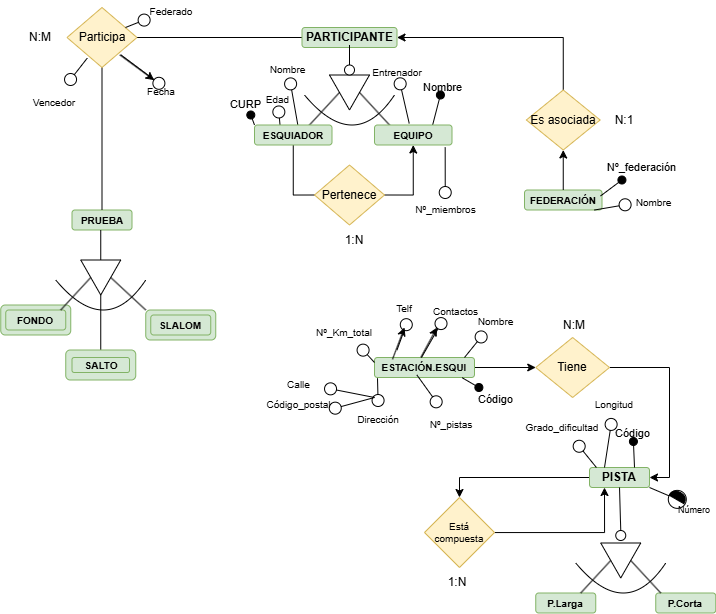
Samue45/1-DAM keeps this draw.io diagram as Data Base/OlimpiadasDeInvierno.drawio.png. Above is the earlier version. Source tidied: cells renumbered, new cells last; positions are measured from the earlier drawing's top-left corner, leaving out a move shared by most shapes.
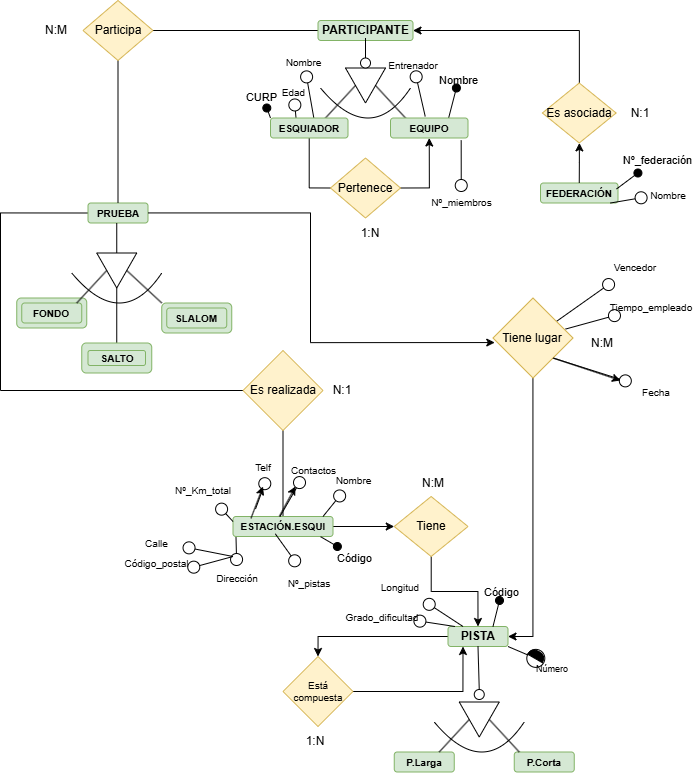
The same diagram one commit later.

What changed in the source:
```diff
@@ -14,17 +14,20 @@
     <mxCell id="5" style="edgeStyle=orthogonalEdgeStyle;rounded=0;jettySize=auto;html=1;entryX=0;entryY=0.5;entryDx=0;entryDy=0;" parent="1" edge="1" source="6" target="73">
       <mxGeometry relative="1" as="geometry" />
     </mxCell>
+    <mxCell id="108" style="edgeStyle=orthogonalEdgeStyle;rounded=0;jettySize=auto;html=1;entryX=0.5;entryY=1;entryDx=0;entryDy=0;endArrow=none;endFill=0;" parent="1" edge="1" source="6" target="110">
+      <mxGeometry relative="1" as="geometry" />
+    </mxCell>
     <mxCell id="6" value="&lt;b&gt;ESTACIÓN.ESQUI&lt;/b&gt;" style="rounded=1;whiteSpace=wrap;html=1;fillColor=#d5e8d4;strokeColor=#82b366;fontSize=10;" parent="1" vertex="1">
-      <mxGeometry x="374" y="356" width="100" height="20" as="geometry" />
+      <mxGeometry x="216.5" y="522" width="100" height="20" as="geometry" />
     </mxCell>
     <mxCell id="7" style="edgeStyle=orthogonalEdgeStyle;rounded=0;jettySize=auto;html=1;startArrow=classic;startFill=1;endArrow=none;endFill=0;exitX=1;exitY=0.5;exitDx=0;exitDy=0;" parent="1" edge="1" source="55" target="46">
       <mxGeometry relative="1" as="geometry" />
     </mxCell>
     <mxCell id="8" value="&lt;b&gt;P.Larga&lt;/b&gt;" style="rounded=1;whiteSpace=wrap;html=1;fillColor=#d5e8d4;strokeColor=#82b366;fontSize=10;" parent="1" vertex="1">
-      <mxGeometry x="535.2" y="591.5" width="60" height="20" as="geometry" />
+      <mxGeometry x="377.8" y="757.5" width="60" height="20" as="geometry" />
     </mxCell>
     <mxCell id="9" value="&lt;b&gt;P.Corta&lt;/b&gt;" style="rounded=1;whiteSpace=wrap;html=1;fillColor=#d5e8d4;strokeColor=#82b366;fontSize=10;" parent="1" vertex="1">
-      <mxGeometry x="655.2" y="591.5" width="60" height="20" as="geometry" />
+      <mxGeometry x="497.8" y="757.5" width="60" height="20" as="geometry" />
     </mxCell>
     <mxCell id="10" value="&lt;b&gt;FONDO&lt;/b&gt;" style="rounded=1;whiteSpace=wrap;html=1;fillColor=#d5e8d4;strokeColor=#82b366;fontSize=10;" parent="1" vertex="1">
       <mxGeometry x="5.2" y="308.5" width="60" height="20" as="geometry" />
@@ -40,6 +43,15 @@
         <mxPoint x="60.2" y="308.5" as="sourcePoint" />
       </mxGeometry>
     </mxCell>
+    <mxCell id="109" style="edgeStyle=orthogonalEdgeStyle;rounded=0;jettySize=auto;html=1;entryX=0;entryY=0.5;entryDx=0;entryDy=0;endArrow=none;endFill=0;exitX=0;exitY=0.5;exitDx=0;exitDy=0;" parent="1" edge="1" source="14" target="110">
+      <mxGeometry relative="1" as="geometry">
+        <Array as="points">
+          <mxPoint x="-16" y="218" />
+          <mxPoint x="-16" y="396" />
+          <mxPoint x="227" y="396" />
+        </Array>
+      </mxGeometry>
+    </mxCell>
     <mxCell id="14" value="&lt;b style=&quot;font-size: 10px;&quot;&gt;PRUEBA&lt;/b&gt;" style="rounded=1;whiteSpace=wrap;html=1;fillColor=#d5e8d4;strokeColor=#82b366;" parent="1" vertex="1">
       <mxGeometry x="71.5" y="208.5" width="60" height="20" as="geometry" />
     </mxCell>
@@ -73,39 +85,39 @@
       <mxGeometry x="150.2" y="313.5" width="60" height="20" as="geometry" />
     </mxCell>
     <mxCell id="22" style="triangle;whiteSpace=wrap;html=1;rotation=90;fontSize=11;" parent="1" vertex="1">
-      <mxGeometry x="602.8" y="539" width="35" height="40" as="geometry" />
+      <mxGeometry x="445.2" y="705" width="35" height="40" as="geometry" />
     </mxCell>
     <mxCell id="23" style="ellipse;whiteSpace=wrap;html=1;fontSize=11;" parent="1" vertex="1">
-      <mxGeometry x="615.2" y="529" width="10" height="10" as="geometry" />
+      <mxGeometry x="457.8" y="695" width="10" height="10" as="geometry" />
     </mxCell>
     <mxCell id="24" style="endArrow=none;html=1;rounded=0;fontSize=11;entryX=0.5;entryY=1;entryDx=0;entryDy=0;" parent="1" edge="1" target="22">
       <mxGeometry relative="1" as="geometry">
-        <mxPoint x="580.2" y="591.5" as="sourcePoint" />
+        <mxPoint x="422.8" y="757.5" as="sourcePoint" />
       </mxGeometry>
     </mxCell>
     <mxCell id="25" style="edgeStyle=orthogonalEdgeStyle;rounded=0;jettySize=auto;html=1;entryX=0.5;entryY=0;entryDx=0;entryDy=0;" parent="1" edge="1" source="26" target="106">
       <mxGeometry relative="1" as="geometry" />
     </mxCell>
     <mxCell id="26" value="&lt;b&gt;PISTA&lt;/b&gt;" style="rounded=1;whiteSpace=wrap;html=1;fillColor=#d5e8d4;strokeColor=#82b366;" parent="1" vertex="1">
-      <mxGeometry x="589" y="466" width="60" height="20" as="geometry" />
+      <mxGeometry x="431.5" y="632" width="60" height="20" as="geometry" />
     </mxCell>
     <mxCell id="27" style="endArrow=none;html=1;rounded=0;exitX=0.5;exitY=0;exitDx=0;exitDy=0;" parent="1" edge="1" source="23">
       <mxGeometry relative="1" as="geometry">
-        <mxPoint x="619" y="486" as="targetPoint" />
+        <mxPoint x="461.5" y="652" as="targetPoint" />
       </mxGeometry>
     </mxCell>
     <mxCell id="28" style="endArrow=none;html=1;rounded=0;curved=1;fontSize=10;" parent="1" edge="1">
       <mxGeometry relative="1" as="geometry">
-        <mxPoint x="575.2" y="561.5" as="sourcePoint" />
-        <mxPoint x="665.2" y="561.5" as="targetPoint" />
+        <mxPoint x="417.8" y="727.5" as="sourcePoint" />
+        <mxPoint x="507.8" y="727.5" as="targetPoint" />
         <Array as="points">
-          <mxPoint x="625.2" y="621.5" />
+          <mxPoint x="467.8" y="787.5" />
         </Array>
       </mxGeometry>
     </mxCell>
     <mxCell id="29" style="endArrow=none;html=1;rounded=0;exitX=0.5;exitY=0;exitDx=0;exitDy=0;" parent="1" edge="1" source="22">
       <mxGeometry relative="1" as="geometry">
-        <mxPoint x="660.2" y="591.5" as="targetPoint" />
+        <mxPoint x="502.8" y="757.5" as="targetPoint" />
       </mxGeometry>
     </mxCell>
     <mxCell id="30" style="edgeStyle=orthogonalEdgeStyle;rounded=0;jettySize=auto;html=1;entryX=0.5;entryY=0;entryDx=0;entryDy=0;endArrow=none;endFill=0;" parent="1" edge="1" source="31" target="14">
@@ -230,162 +242,180 @@
     <mxCell id="64" value="1:N" style="text;html=1;align=center;verticalAlign=middle;whiteSpace=wrap;rounded=0;" parent="1" vertex="1">
       <mxGeometry x="324" y="223.5" width="60" height="30" as="geometry" />
     </mxCell>
-    <mxCell id="65" style="endArrow=circle;html=1;rounded=0;fontSize=8;startSize=6;endSize=5;curved=1;endFill=0;exitX=0.769;exitY=0.789;exitDx=0;exitDy=0;exitPerimeter=0;" parent="1" edge="1" source="31">
-      <mxGeometry relative="1" as="geometry">
-        <mxPoint x="164" y="86" as="targetPoint" />
-        <Array as="points">
-          <mxPoint x="164" y="86" />
-        </Array>
-      </mxGeometry>
-    </mxCell>
     <mxCell id="66" value="&lt;span style=&quot;font-size: 10px;&quot;&gt;Fecha&lt;/span&gt;" style="text;html=1;align=center;verticalAlign=middle;whiteSpace=wrap;rounded=0;fontSize=16;" parent="1" vertex="1">
-      <mxGeometry x="136.5" y="80.5" width="47.5" height="15.5" as="geometry" />
+      <mxGeometry x="615.5" y="388.2" width="47.5" height="15.5" as="geometry" />
     </mxCell>
-    <mxCell id="67" style="endArrow=classic;html=1;rounded=0;exitX=0.755;exitY=0.789;exitDx=0;exitDy=0;exitPerimeter=0;entryX=0.362;entryY=-0.12;entryDx=0;entryDy=0;entryPerimeter=0;" parent="1" edge="1" source="31" target="66">
-      <mxGeometry relative="1" as="geometry" />
+    <mxCell id="67" style="endArrow=classic;html=1;rounded=0;exitX=1;exitY=1;exitDx=0;exitDy=0;" parent="1" edge="1" source="113">
+      <mxGeometry relative="1" as="geometry">
+        <mxPoint x="604" y="386" as="targetPoint" />
+      </mxGeometry>
     </mxCell>
-    <mxCell id="68" style="endArrow=circle;html=1;rounded=0;fontSize=8;startSize=6;endSize=5;curved=1;endFill=0;exitX=0.29;exitY=0.843;exitDx=0;exitDy=0;exitPerimeter=0;" parent="1" edge="1" source="31" target="69">
+    <mxCell id="68" style="endArrow=circle;html=1;rounded=0;fontSize=8;startSize=6;endSize=5;curved=1;endFill=0;" parent="1" edge="1" source="113" target="69">
       <mxGeometry relative="1" as="geometry" />
     </mxCell>
     <mxCell id="69" value="&lt;font style=&quot;font-size: 10px;&quot;&gt;Vencedor&lt;/font&gt;" style="text;html=1;align=center;verticalAlign=middle;whiteSpace=wrap;rounded=0;fontSize=16;" parent="1" vertex="1">
-      <mxGeometry x="24" y="83.5" width="60" height="30" as="geometry" />
+      <mxGeometry x="589" y="256" width="60" height="30" as="geometry" />
     </mxCell>
-    <mxCell id="70" style="endArrow=circle;html=1;rounded=0;fontSize=8;startSize=6;endSize=5;curved=1;endFill=0;" parent="1" edge="1" target="71">
-      <mxGeometry relative="1" as="geometry">
-        <mxPoint x="125" y="26" as="sourcePoint" />
-      </mxGeometry>
-    </mxCell>
-    <mxCell id="71" value="&lt;span style=&quot;font-size: 10px;&quot;&gt;Federado&lt;/span&gt;" style="text;html=1;align=center;verticalAlign=middle;whiteSpace=wrap;rounded=0;fontSize=16;" parent="1" vertex="1">
-      <mxGeometry x="136.5" width="67.5" height="16" as="geometry" />
-    </mxCell>
-    <mxCell id="72" style="edgeStyle=orthogonalEdgeStyle;rounded=0;jettySize=auto;html=1;entryX=1;entryY=0.5;entryDx=0;entryDy=0;exitX=1;exitY=0.5;exitDx=0;exitDy=0;" parent="1" edge="1" source="73" target="26">
+    <mxCell id="72" style="edgeStyle=orthogonalEdgeStyle;rounded=0;jettySize=auto;html=1;entryX=0.5;entryY=0;entryDx=0;entryDy=0;" parent="1" edge="1" source="73" target="26">
       <mxGeometry relative="1" as="geometry" />
     </mxCell>
     <mxCell id="73" value="Tiene" style="rhombus;whiteSpace=wrap;html=1;fillColor=#fff2cc;strokeColor=#d6b656;" parent="1" vertex="1">
-      <mxGeometry x="535.2" y="336" width="73.8" height="60" as="geometry" />
+      <mxGeometry x="377.8" y="502" width="73.8" height="60" as="geometry" />
     </mxCell>
     <mxCell id="74" value="N:M" style="text;html=1;align=center;verticalAlign=middle;whiteSpace=wrap;rounded=0;" parent="1" vertex="1">
-      <mxGeometry x="544" y="308.5" width="60" height="30" as="geometry" />
+      <mxGeometry x="386.5" y="474.5" width="60" height="30" as="geometry" />
     </mxCell>
     <mxCell id="75" style="endArrow=oval;html=1;rounded=0;fontSize=12;startSize=8;endSize=8;curved=1;endFill=1;exitX=0.876;exitY=1.01;exitDx=0;exitDy=0;exitPerimeter=0;" parent="1" edge="1" source="6" target="76">
       <mxGeometry relative="1" as="geometry" />
     </mxCell>
     <mxCell id="76" value="&lt;font style=&quot;font-size: 11px;&quot;&gt;Código&lt;/font&gt;" style="text;html=1;align=center;verticalAlign=middle;whiteSpace=wrap;rounded=0;fontSize=16;" parent="1" vertex="1">
-      <mxGeometry x="474" y="386" width="43" height="20" as="geometry" />
+      <mxGeometry x="316.5" y="552" width="43" height="20" as="geometry" />
     </mxCell>
     <mxCell id="77" style="endArrow=circle;html=1;rounded=0;fontSize=8;startSize=6;endSize=5;curved=1;endFill=0;" parent="1" edge="1" target="78">
       <mxGeometry relative="1" as="geometry">
-        <mxPoint x="464" y="356" as="sourcePoint" />
+        <mxPoint x="306.5" y="522" as="sourcePoint" />
       </mxGeometry>
     </mxCell>
     <mxCell id="78" value="&lt;font style=&quot;font-size: 10px;&quot;&gt;Nombre&lt;/font&gt;" style="text;html=1;align=center;verticalAlign=middle;whiteSpace=wrap;rounded=0;fontSize=16;" parent="1" vertex="1">
-      <mxGeometry x="475.5" y="306" width="38.5" height="24" as="geometry" />
+      <mxGeometry x="318" y="472" width="38.5" height="24" as="geometry" />
     </mxCell>
     <mxCell id="79" style="endArrow=circle;html=1;rounded=0;fontSize=8;startSize=6;endSize=5;curved=1;endFill=0;" parent="1" edge="1">
       <mxGeometry relative="1" as="geometry">
-        <mxPoint x="421" y="356" as="sourcePoint" />
-        <mxPoint x="444" y="316" as="targetPoint" />
+        <mxPoint x="263.5" y="522" as="sourcePoint" />
+        <mxPoint x="286.5" y="482" as="targetPoint" />
       </mxGeometry>
     </mxCell>
     <mxCell id="80" style="endArrow=classic;html=1;rounded=0;exitX=0.464;exitY=-0.01;exitDx=0;exitDy=0;exitPerimeter=0;" parent="1" edge="1" source="6">
       <mxGeometry relative="1" as="geometry">
-        <mxPoint x="436.5" y="326" as="targetPoint" />
+        <mxPoint x="279" y="492" as="targetPoint" />
       </mxGeometry>
     </mxCell>
     <mxCell id="81" value="&lt;font style=&quot;font-size: 10px;&quot;&gt;Contactos&lt;/font&gt;" style="text;html=1;align=center;verticalAlign=middle;whiteSpace=wrap;rounded=0;fontSize=16;" parent="1" vertex="1">
-      <mxGeometry x="435.5" y="296" width="38.5" height="24" as="geometry" />
+      <mxGeometry x="278" y="462" width="38.5" height="24" as="geometry" />
     </mxCell>
     <mxCell id="82" style="endArrow=circle;html=1;rounded=0;fontSize=8;startSize=6;endSize=5;curved=1;endFill=0;exitX=0.168;exitY=0.07;exitDx=0;exitDy=0;exitPerimeter=0;" parent="1" edge="1">
       <mxGeometry relative="1" as="geometry">
-        <mxPoint x="396.5" y="348.5" as="sourcePoint" />
-        <mxPoint x="408.2" y="316.6" as="targetPoint" />
+        <mxPoint x="239" y="514.5" as="sourcePoint" />
+        <mxPoint x="250.7" y="482.6" as="targetPoint" />
       </mxGeometry>
     </mxCell>
     <mxCell id="83" value="&lt;font style=&quot;font-size: 10px;&quot;&gt;Telf&lt;/font&gt;" style="text;html=1;align=center;verticalAlign=middle;whiteSpace=wrap;rounded=0;fontSize=16;" parent="1" vertex="1">
-      <mxGeometry x="374" y="290" width="60" height="30" as="geometry" />
+      <mxGeometry x="216.5" y="456" width="60" height="30" as="geometry" />
     </mxCell>
     <mxCell id="84" style="endArrow=classic;html=1;rounded=0;exitX=0.18;exitY=0.09;exitDx=0;exitDy=0;exitPerimeter=0;" parent="1" edge="1" source="6">
       <mxGeometry relative="1" as="geometry">
-        <mxPoint x="404" y="326" as="targetPoint" />
+        <mxPoint x="246.5" y="492" as="targetPoint" />
       </mxGeometry>
     </mxCell>
     <mxCell id="85" style="endArrow=circle;html=1;rounded=0;fontSize=8;startSize=6;endSize=5;curved=1;endFill=0;exitX=0.03;exitY=1.035;exitDx=0;exitDy=0;exitPerimeter=0;" parent="1" edge="1" source="6" target="86">
       <mxGeometry relative="1" as="geometry" />
     </mxCell>
     <mxCell id="86" value="&lt;font style=&quot;font-size: 10px;&quot;&gt;Dirección&lt;/font&gt;" style="text;html=1;align=center;verticalAlign=middle;whiteSpace=wrap;rounded=0;fontSize=16;" parent="1" vertex="1">
-      <mxGeometry x="358" y="406" width="40" height="20" as="geometry" />
+      <mxGeometry x="200.5" y="572" width="40" height="20" as="geometry" />
     </mxCell>
     <mxCell id="87" style="endArrow=circle;html=1;rounded=0;fontSize=8;startSize=6;endSize=5;curved=1;endFill=0;" parent="1" edge="1" target="88">
       <mxGeometry relative="1" as="geometry">
-        <mxPoint x="374" y="396" as="sourcePoint" />
+        <mxPoint x="216.5" y="562" as="sourcePoint" />
       </mxGeometry>
     </mxCell>
     <mxCell id="88" value="&lt;font style=&quot;font-size: 10px;&quot;&gt;Calle&lt;/font&gt;" style="text;html=1;align=center;verticalAlign=middle;whiteSpace=wrap;rounded=0;fontSize=16;" parent="1" vertex="1">
-      <mxGeometry x="271.5" y="376" width="52.5" height="10" as="geometry" />
+      <mxGeometry x="114" y="542" width="52.5" height="10" as="geometry" />
     </mxCell>
     <mxCell id="89" style="endArrow=circle;html=1;rounded=0;fontSize=8;startSize=6;endSize=5;curved=1;endFill=0;" parent="1" edge="1">
       <mxGeometry relative="1" as="geometry">
-        <mxPoint x="374" y="396" as="sourcePoint" />
-        <mxPoint x="328" y="408.5" as="targetPoint" />
+        <mxPoint x="216.5" y="562" as="sourcePoint" />
+        <mxPoint x="170.5" y="574.5" as="targetPoint" />
       </mxGeometry>
     </mxCell>
     <mxCell id="90" value="&lt;span style=&quot;font-size: 10px;&quot;&gt;Código_postal&lt;/span&gt;" style="text;html=1;align=center;verticalAlign=middle;whiteSpace=wrap;rounded=0;fontSize=16;" parent="1" vertex="1">
-      <mxGeometry x="271.5" y="396" width="52.5" height="10" as="geometry" />
+      <mxGeometry x="114" y="562" width="52.5" height="10" as="geometry" />
     </mxCell>
     <mxCell id="91" style="endArrow=circle;html=1;rounded=0;fontSize=8;startSize=6;endSize=5;curved=1;endFill=0;exitX=0;exitY=0.25;exitDx=0;exitDy=0;" parent="1" edge="1" source="6" target="92">
       <mxGeometry relative="1" as="geometry" />
     </mxCell>
     <mxCell id="92" value="&lt;font style=&quot;font-size: 10px;&quot;&gt;Nº_Km_total&lt;/font&gt;" style="text;html=1;align=center;verticalAlign=middle;whiteSpace=wrap;rounded=0;fontSize=16;" parent="1" vertex="1">
-      <mxGeometry x="314" y="313.5" width="60" height="30" as="geometry" />
+      <mxGeometry x="156.5" y="479.5" width="60" height="30" as="geometry" />
     </mxCell>
     <mxCell id="93" style="endArrow=circle;html=1;rounded=0;fontSize=8;startSize=6;endSize=5;curved=1;endFill=0;exitX=0.423;exitY=0.867;exitDx=0;exitDy=0;exitPerimeter=0;" parent="1" edge="1" source="6" target="94">
       <mxGeometry relative="1" as="geometry" />
     </mxCell>
     <mxCell id="94" value="&lt;span style=&quot;font-size: 10px;&quot;&gt;Nº_pistas&lt;/span&gt;" style="text;html=1;align=center;verticalAlign=middle;whiteSpace=wrap;rounded=0;fontSize=16;" parent="1" vertex="1">
-      <mxGeometry x="420.5" y="406" width="60" height="30" as="geometry" />
+      <mxGeometry x="263" y="572" width="60" height="30" as="geometry" />
     </mxCell>
     <mxCell id="95" style="endArrow=oval;html=1;rounded=0;fontSize=12;startSize=8;endSize=8;curved=1;endFill=1;exitX=0.75;exitY=0;exitDx=0;exitDy=0;" parent="1" edge="1" source="26" target="96">
       <mxGeometry relative="1" as="geometry" />
     </mxCell>
     <mxCell id="96" value="&lt;font style=&quot;font-size: 11px;&quot;&gt;Código&lt;/font&gt;" style="text;html=1;align=center;verticalAlign=middle;whiteSpace=wrap;rounded=0;fontSize=16;" parent="1" vertex="1">
-      <mxGeometry x="611" y="420" width="43" height="20" as="geometry" />
+      <mxGeometry x="464" y="586" width="43" height="20" as="geometry" />
     </mxCell>
     <mxCell id="97" style="endArrow=circle;html=1;rounded=0;fontSize=12;startSize=8;endSize=8;curved=1;endFill=0;exitX=1;exitY=1;exitDx=0;exitDy=0;" parent="1" edge="1" source="100" target="98">
       <mxGeometry relative="1" as="geometry" />
     </mxCell>
     <mxCell id="98" value="&lt;font style=&quot;font-size: 9px;&quot;&gt;Número&lt;/font&gt;" style="text;html=1;align=center;verticalAlign=middle;whiteSpace=wrap;rounded=0;fontSize=16;" parent="1" vertex="1">
-      <mxGeometry x="674" y="496" width="40" height="20" as="geometry" />
+      <mxGeometry x="516.5" y="662" width="40" height="20" as="geometry" />
     </mxCell>
     <mxCell id="99" style="endArrow=circle;html=1;rounded=0;fontSize=12;startSize=8;endSize=8;curved=1;endFill=0;exitX=1;exitY=1;exitDx=0;exitDy=0;" parent="1" edge="1" source="26">
       <mxGeometry relative="1" as="geometry">
-        <mxPoint x="686" y="501.8" as="targetPoint" />
+        <mxPoint x="528.5" y="667.8" as="targetPoint" />
       </mxGeometry>
     </mxCell>
     <mxCell id="100" style="shape=or;whiteSpace=wrap;html=1;fillColor=#000000;rotation=-60;" parent="1" vertex="1">
-      <mxGeometry x="674" y="486" width="8" height="17" as="geometry" />
+      <mxGeometry x="516.5" y="652" width="8" height="17" as="geometry" />
     </mxCell>
     <mxCell id="101" style="endArrow=circle;html=1;rounded=0;fontSize=8;startSize=6;endSize=5;curved=1;endFill=0;exitX=0.25;exitY=0;exitDx=0;exitDy=0;" parent="1" edge="1" source="26" target="102">
       <mxGeometry relative="1" as="geometry" />
     </mxCell>
     <mxCell id="102" value="&lt;font style=&quot;font-size: 10px;&quot;&gt;Longitud&lt;/font&gt;" style="text;html=1;align=center;verticalAlign=middle;whiteSpace=wrap;rounded=0;fontSize=16;" parent="1" vertex="1">
-      <mxGeometry x="584" y="386" width="60" height="30" as="geometry" />
+      <mxGeometry x="354" y="576" width="60" height="30" as="geometry" />
     </mxCell>
     <mxCell id="103" style="endArrow=circle;html=1;rounded=0;fontSize=8;startSize=6;endSize=5;curved=1;endFill=0;exitX=0.072;exitY=0.033;exitDx=0;exitDy=0;exitPerimeter=0;" parent="1" edge="1" target="104">
       <mxGeometry relative="1" as="geometry">
-        <mxPoint x="595.9" y="466" as="sourcePoint" />
+        <mxPoint x="438.4" y="632" as="sourcePoint" />
       </mxGeometry>
     </mxCell>
     <mxCell id="104" value="&lt;span style=&quot;font-size: 10px;&quot;&gt;Grado_dificultad&lt;/span&gt;" style="text;html=1;align=center;verticalAlign=middle;whiteSpace=wrap;rounded=0;fontSize=16;" parent="1" vertex="1">
-      <mxGeometry x="532.1" y="409.3" width="60" height="30" as="geometry" />
+      <mxGeometry x="336.5" y="606" width="60" height="30" as="geometry" />
     </mxCell>
     <mxCell id="105" style="edgeStyle=orthogonalEdgeStyle;rounded=0;jettySize=auto;html=1;entryX=0.25;entryY=1;entryDx=0;entryDy=0;" parent="1" edge="1" source="106" target="26">
       <mxGeometry relative="1" as="geometry" />
     </mxCell>
     <mxCell id="106" value="Está compuesta" style="rhombus;whiteSpace=wrap;html=1;fillColor=#fff2cc;strokeColor=#d6b656;fontSize=10;" parent="1" vertex="1">
-      <mxGeometry x="424" y="496" width="70" height="70" as="geometry" />
+      <mxGeometry x="266.5" y="662" width="70" height="70" as="geometry" />
     </mxCell>
     <mxCell id="107" value="1:N" style="text;html=1;align=center;verticalAlign=middle;whiteSpace=wrap;rounded=0;" parent="1" vertex="1">
-      <mxGeometry x="426.5" y="566" width="60" height="30" as="geometry" />
+      <mxGeometry x="269" y="732" width="60" height="30" as="geometry" />
     </mxCell>
+    <mxCell id="110" value="Es realizada" style="rhombus;whiteSpace=wrap;html=1;fillColor=#fff2cc;strokeColor=#d6b656;" parent="1" vertex="1">
+      <mxGeometry x="226.5" y="356" width="80" height="80" as="geometry" />
+    </mxCell>
+    <mxCell id="111" value="N:1" style="text;html=1;align=center;verticalAlign=middle;whiteSpace=wrap;rounded=0;" parent="1" vertex="1">
+      <mxGeometry x="296.2" y="381" width="60" height="30" as="geometry" />
+    </mxCell>
+    <mxCell id="112" style="edgeStyle=orthogonalEdgeStyle;rounded=0;jettySize=auto;html=1;entryX=1;entryY=0.5;entryDx=0;entryDy=0;" parent="1" edge="1" source="113" target="26">
+      <mxGeometry relative="1" as="geometry" />
+    </mxCell>
+    <mxCell id="113" value="Tiene lugar" style="rhombus;whiteSpace=wrap;html=1;fillColor=#fff2cc;strokeColor=#d6b656;" parent="1" vertex="1">
+      <mxGeometry x="476.5" y="303.5" width="80" height="80" as="geometry" />
+    </mxCell>
+    <mxCell id="114" style="edgeStyle=orthogonalEdgeStyle;rounded=0;jettySize=auto;html=1;entryX=0.022;entryY=0.557;entryDx=0;entryDy=0;entryPerimeter=0;" parent="1" edge="1" source="14" target="113">
+      <mxGeometry relative="1" as="geometry">
+        <Array as="points">
+          <mxPoint x="294" y="218" />
+          <mxPoint x="294" y="348" />
+        </Array>
+      </mxGeometry>
+    </mxCell>
+    <mxCell id="115" value="N:M" style="text;html=1;align=center;verticalAlign=middle;whiteSpace=wrap;rounded=0;" parent="1" vertex="1">
+      <mxGeometry x="556.5" y="333.5" width="60" height="30" as="geometry" />
+    </mxCell>
+    <mxCell id="116" style="endArrow=circle;html=1;rounded=0;fontSize=8;startSize=6;endSize=5;curved=1;endFill=0;exitX=1;exitY=1;exitDx=0;exitDy=0;" parent="1" edge="1" source="113" target="66">
+      <mxGeometry relative="1" as="geometry" />
+    </mxCell>
+    <mxCell id="117" style="endArrow=circle;html=1;rounded=0;fontSize=8;startSize=6;endSize=5;curved=1;endFill=0;exitX=0.908;exitY=0.388;exitDx=0;exitDy=0;exitPerimeter=0;" parent="1" edge="1" source="113" target="118">
+      <mxGeometry relative="1" as="geometry" />
+    </mxCell>
+    <mxCell id="118" value="&lt;font style=&quot;font-size: 10px;&quot;&gt;Tiempo_empleado&lt;/font&gt;" style="text;html=1;align=center;verticalAlign=middle;whiteSpace=wrap;rounded=0;fontSize=16;" parent="1" vertex="1">
+      <mxGeometry x="604.7" y="296" width="60" height="30" as="geometry" />
+    </mxCell>
   </root>
 </mxGraphModel>
```
